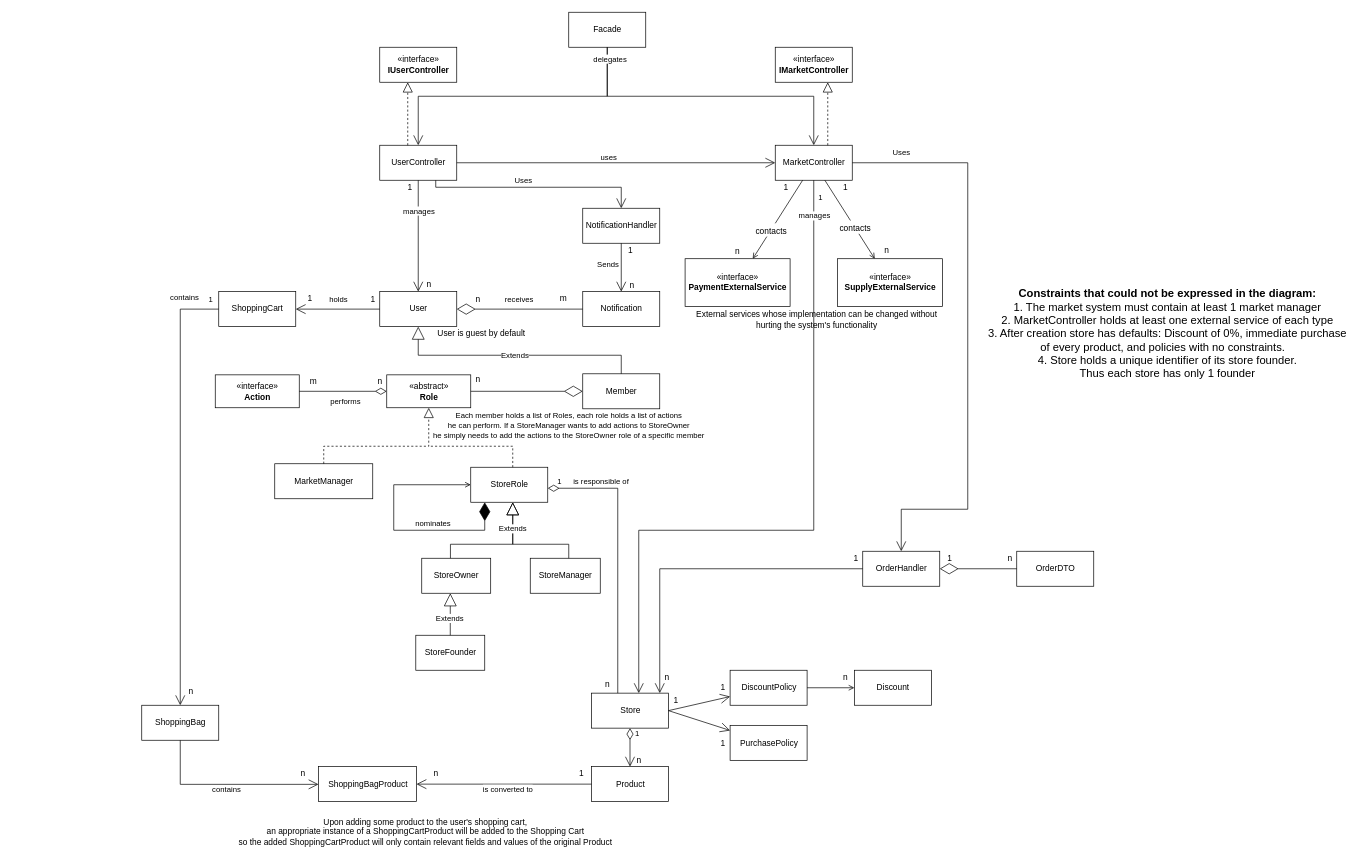
Before: page "White Diagram" (1 of 2) of Workshop.drawio in itaitzruia4/Workshop, a draw.io diagram. Source tidied: cells renumbered, new cells numbered last; positions are measured from the earlier drawing's top-left corner, leaving out a move shared by most shapes. Both pictures are drawn from the tidied source at 70%, with x=0, y=0 at pixel (12, 12).
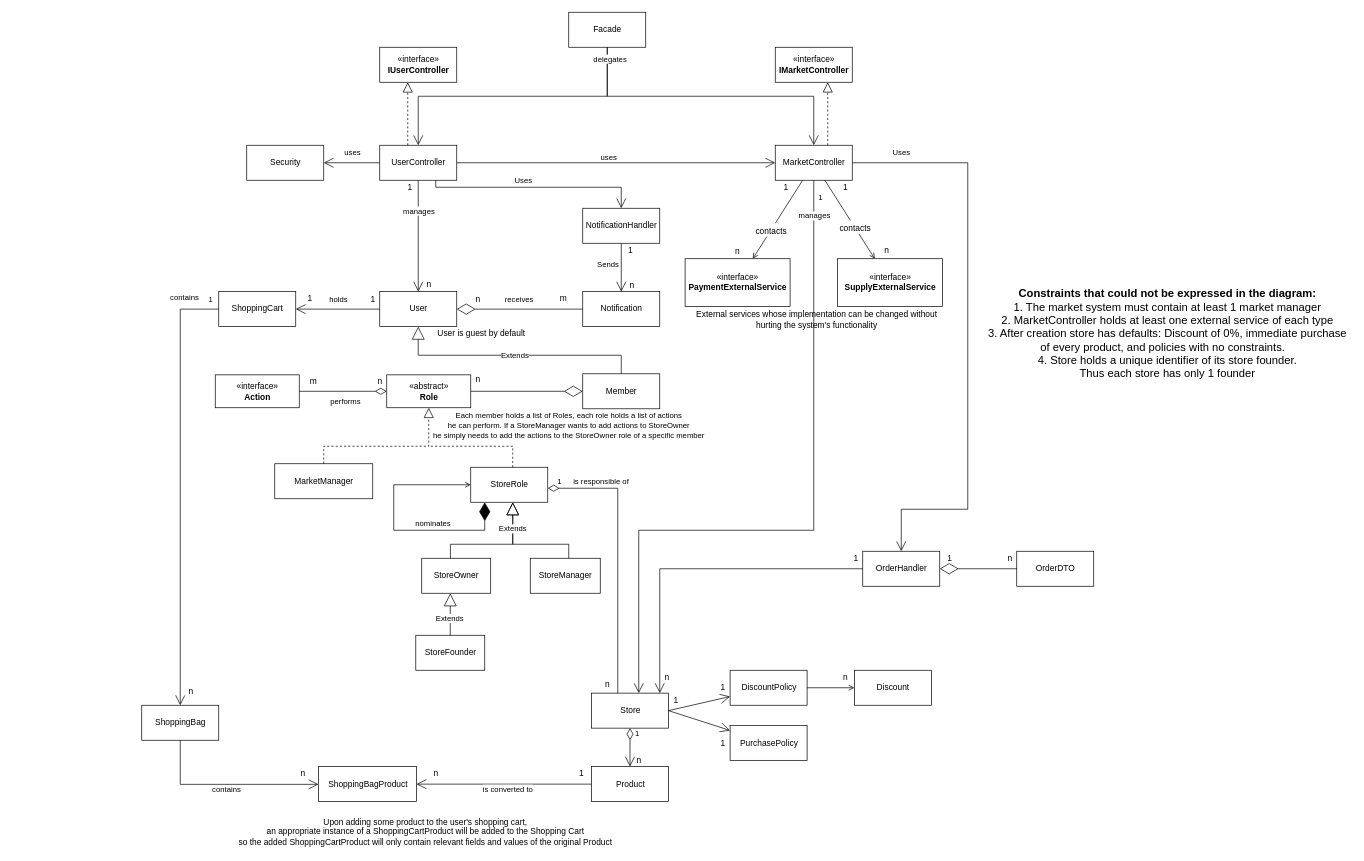
The same diagram, later.

Commit message (it also covers changes not shown here):
Added Security class and Security component in the component diagram

Unchanged cells that the change refers to:
```xml
<mxCell id="5" value="UserController" style="html=1;" parent="1" vertex="1">
  <mxGeometry x="525" y="190" width="110" height="50" as="geometry" />
</mxCell>
```

Diff of the diagram source:
```diff
@@
+    <mxCell id="116" value="Security" style="html=1;" parent="1" vertex="1">
+      <mxGeometry x="335" y="190" width="110" height="50" as="geometry" />
+    </mxCell>
+    <mxCell id="117" style="endArrow=open;endFill=1;endSize=12;html=1;rounded=0;entryX=1;entryY=0.5;entryDx=0;entryDy=0;exitX=0;exitY=0.5;exitDx=0;exitDy=0;" parent="1" edge="1" source="5" target="116">
+      <mxGeometry relative="1" as="geometry" />
+    </mxCell>
+    <mxCell id="118" value="uses" style="edgeLabel;html=1;align=center;verticalAlign=middle;" parent="117" vertex="1">
+      <mxGeometry x="-0.29" y="-4" relative="1" as="geometry">
+        <mxPoint x="-12" y="-11" as="offset" />
+      </mxGeometry>
+    </mxCell>
```
